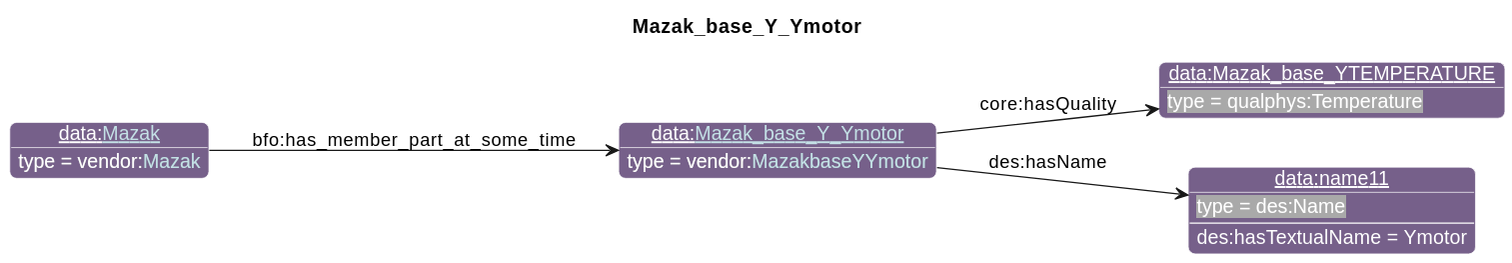
The PlantUML diagram diagrams/Mazak_base_Y_Ymotor.svg in iofoundry/example-syseng-mtconnect, before a commit.
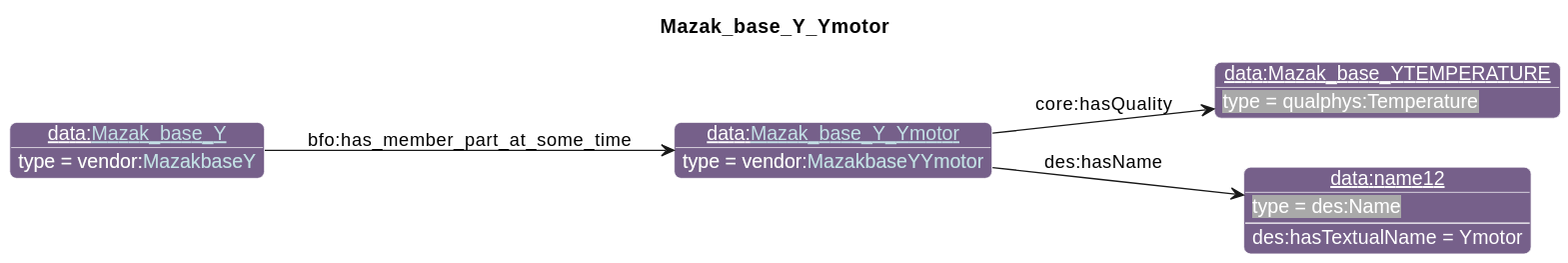
After the commit.

Diff of the diagram source:
```diff
@@ -27,8 +27,8 @@
       }
 individual(o0, data:[[./Mazak_base_Y_Ymotor.html Mazak_base_Y_Ymotor]], vendor:[[../Mazak.html#MazakbaseYYmotor MazakbaseYYmotor]])
 individual(o1, data:Mazak_base_YTEMPERATURE, qualphys:Temperature)
-individual(o2, data:name11, des:Name)
-individual(o3, data:[[./Mazak.html Mazak]], vendor:[[../Mazak.html#Mazak Mazak]])
+individual(o2, data:name12, des:Name)
+individual(o3, data:[[./Mazak_base_Y.html Mazak_base_Y]], vendor:[[../Mazak.html#MazakbaseY MazakbaseY]])
 property(o0, "core:hasQuality", o1)
 property(o0, "des:hasName", o2)
 data(o2, "des:hasTextualName", "Ymotor")
```
